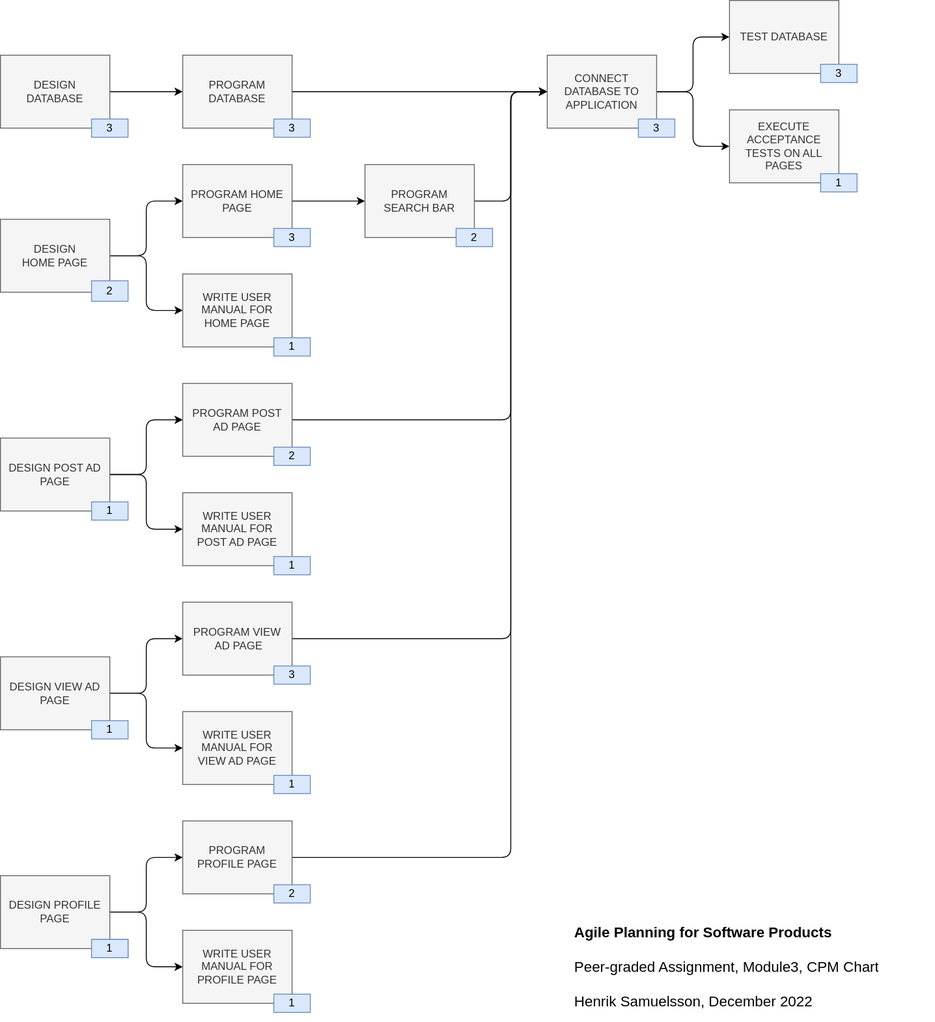
HenrikSamuelsson/course-introduction-to-software-product-management keeps this draw.io diagram as assignment-work-breakdownn-structure.svg. Above is the earlier version. Source tidied: cells renumbered, new cells last; positions are measured from the earlier drawing's top-left corner, leaving out a move shared by most shapes.
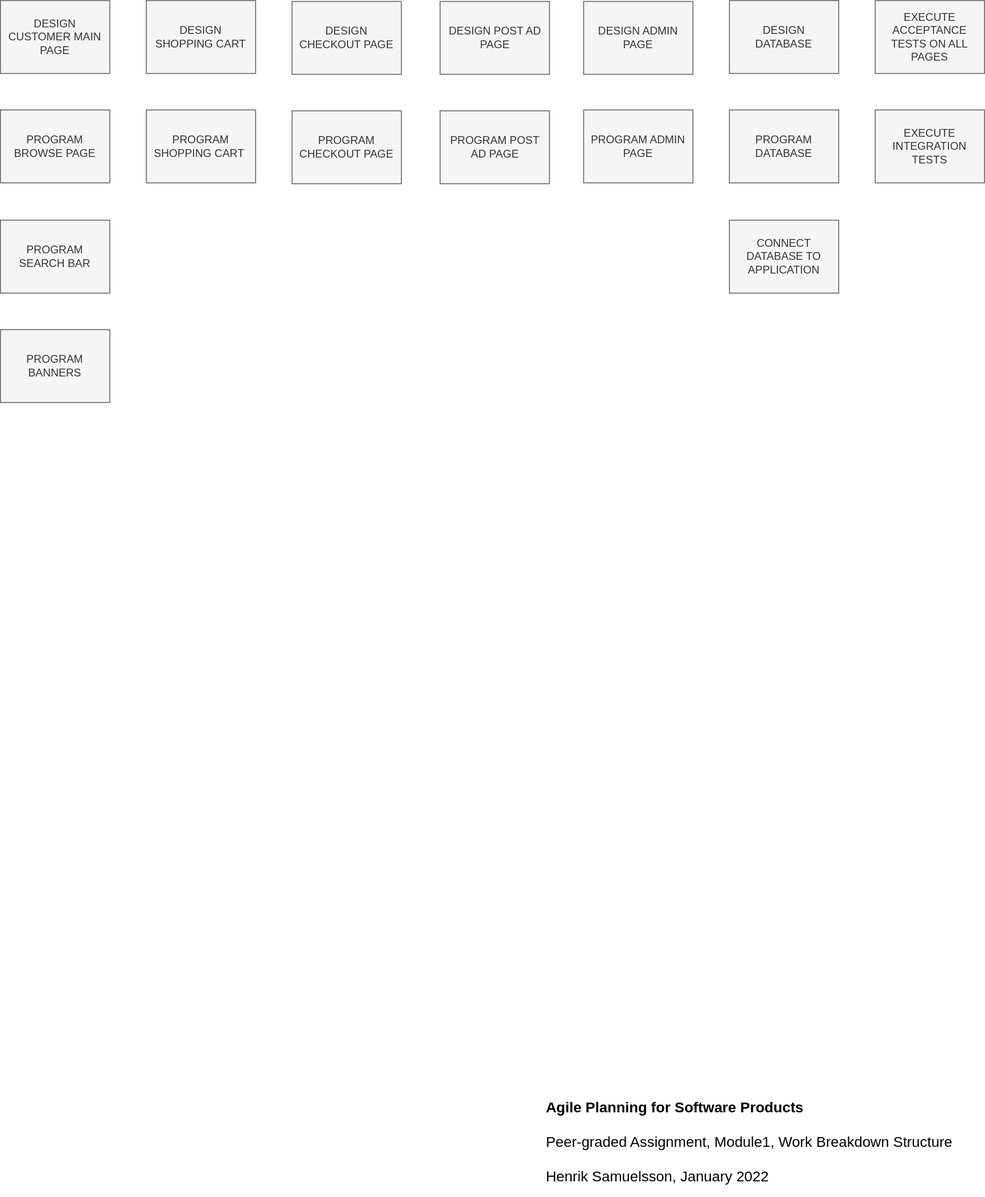
The same diagram one commit later.

Commit message:
Add tasks that need to be done.

Change to the diagram source:
```diff
@@ -2,187 +2,59 @@
   <root>
     <mxCell id="0" />
     <mxCell id="1" parent="0" />
-    <mxCell id="2" style="endArrow=classic;html=1;rounded=0;endSize=6;exitX=1;exitY=0.5;exitDx=0;exitDy=0;entryX=0;entryY=0.5;entryDx=0;entryDy=0;" parent="1" edge="1" source="21" target="19">
-      <mxGeometry relative="1" as="geometry" />
-    </mxCell>
-    <mxCell id="3" style="endArrow=classic;html=1;rounded=0;endSize=6;exitX=1;exitY=0.5;exitDx=0;exitDy=0;entryX=0;entryY=0.5;entryDx=0;entryDy=0;" parent="1" edge="1" source="19" target="15">
-      <mxGeometry relative="1" as="geometry" />
-    </mxCell>
-    <mxCell id="4" style="endArrow=classic;html=1;rounded=1;endSize=6;exitX=1;exitY=0.5;exitDx=0;exitDy=0;entryX=0;entryY=0.5;entryDx=0;entryDy=0;edgeStyle=orthogonalEdgeStyle;elbow=vertical;" parent="1" edge="1" source="23" target="25">
-      <mxGeometry relative="1" as="geometry" />
-    </mxCell>
-    <mxCell id="5" style="endArrow=classic;html=1;rounded=1;endSize=6;exitX=1;exitY=0.5;exitDx=0;exitDy=0;edgeStyle=orthogonalEdgeStyle;elbow=vertical;entryX=0;entryY=0.5;entryDx=0;entryDy=0;" parent="1" edge="1" source="23" target="29">
-      <mxGeometry relative="1" as="geometry">
-        <Array as="points">
-          <mxPoint x="160" y="280" />
-          <mxPoint x="160" y="340" />
-        </Array>
-      </mxGeometry>
-    </mxCell>
-    <mxCell id="6" style="endArrow=classic;html=1;rounded=1;endSize=6;exitX=1;exitY=0.5;exitDx=0;exitDy=0;entryX=0;entryY=0.5;entryDx=0;entryDy=0;edgeStyle=elbowEdgeStyle;" parent="1" edge="1" source="27" target="15">
-      <mxGeometry relative="1" as="geometry" />
-    </mxCell>
-    <mxCell id="7" style="endArrow=classic;html=1;rounded=1;endSize=6;exitX=1;exitY=0.5;exitDx=0;exitDy=0;entryX=0;entryY=0.5;entryDx=0;entryDy=0;edgeStyle=elbowEdgeStyle;" parent="1" edge="1" source="33" target="15">
-      <mxGeometry relative="1" as="geometry">
-        <Array as="points">
-          <mxPoint x="560" y="280" />
-        </Array>
-      </mxGeometry>
-    </mxCell>
-    <mxCell id="8" style="endArrow=classic;html=1;rounded=1;exitX=1;exitY=0.5;exitDx=0;exitDy=0;edgeStyle=elbowEdgeStyle;entryX=0;entryY=0.5;entryDx=0;entryDy=0;" parent="1" edge="1" source="15" target="37">
-      <mxGeometry relative="1" as="geometry" />
-    </mxCell>
-    <mxCell id="9" style="endArrow=classic;html=1;rounded=1;exitX=1;exitY=0.5;exitDx=0;exitDy=0;entryX=0;entryY=0.5;entryDx=0;entryDy=0;edgeStyle=elbowEdgeStyle;" parent="1" edge="1" source="43" target="15">
-      <mxGeometry relative="1" as="geometry">
-        <Array as="points">
-          <mxPoint x="560" y="400" />
-        </Array>
-      </mxGeometry>
-    </mxCell>
-    <mxCell id="10" style="endArrow=classic;html=1;rounded=1;endSize=6;exitX=1;exitY=0.5;exitDx=0;exitDy=0;entryX=0;entryY=0.5;entryDx=0;entryDy=0;edgeStyle=elbowEdgeStyle;" parent="1" edge="1" source="15" target="17">
-      <mxGeometry relative="1" as="geometry" />
-    </mxCell>
-    <mxCell id="11" style="endArrow=classic;html=1;rounded=1;exitX=1;exitY=0.5;exitDx=0;exitDy=0;entryX=0;entryY=0.5;entryDx=0;entryDy=0;edgeStyle=elbowEdgeStyle;" parent="1" edge="1" source="52" target="15">
-      <mxGeometry relative="1" as="geometry">
-        <Array as="points">
-          <mxPoint x="560" y="520" />
-        </Array>
-      </mxGeometry>
-    </mxCell>
-    <mxCell id="12" style="endArrow=classic;html=1;rounded=0;exitX=1;exitY=0.5;exitDx=0;exitDy=0;entryX=0;entryY=0.5;entryDx=0;entryDy=0;endSize=6;" parent="1" edge="1" source="25" target="27">
-      <mxGeometry relative="1" as="geometry" />
-    </mxCell>
-    <mxCell id="13" style="endArrow=classic;html=1;rounded=1;endSize=6;exitX=1;exitY=0.5;exitDx=0;exitDy=0;entryX=0;entryY=0.5;entryDx=0;entryDy=0;edgeStyle=orthogonalEdgeStyle;elbow=vertical;" parent="1" edge="1" source="31" target="33">
-      <mxGeometry relative="1" as="geometry" />
-    </mxCell>
-    <mxCell id="14" style="endArrow=classic;html=1;rounded=1;endSize=6;entryX=0;entryY=0.5;entryDx=0;entryDy=0;exitX=1;exitY=0.5;exitDx=0;exitDy=0;edgeStyle=orthogonalEdgeStyle;elbow=vertical;" parent="1" edge="1" source="31" target="35">
-      <mxGeometry relative="1" as="geometry" />
-    </mxCell>
     <mxCell id="15" value="CONNECT DATABASE TO APPLICATION" style="rounded=0;whiteSpace=wrap;html=1;spacing=5;fillColor=#f5f5f5;strokeColor=#666666;fontColor=#333333;" parent="1" vertex="1">
-      <mxGeometry x="600" y="60" width="120" height="80" as="geometry" />
+      <mxGeometry x="755" y="49" width="120" height="80" as="geometry" />
     </mxCell>
-    <mxCell id="16" value="3" style="rounded=0;whiteSpace=wrap;html=1;fillColor=#dae8fc;strokeColor=#6c8ebf;" parent="1" vertex="1">
-      <mxGeometry x="700" y="130" width="40" height="20" as="geometry" />
-    </mxCell>
-    <mxCell id="17" value="TEST DATABASE" style="rounded=0;whiteSpace=wrap;html=1;spacing=5;fillColor=#f5f5f5;strokeColor=#666666;fontColor=#333333;" parent="1" vertex="1">
-      <mxGeometry x="800" width="120" height="80" as="geometry" />
-    </mxCell>
-    <mxCell id="18" value="3" style="rounded=0;whiteSpace=wrap;html=1;fillColor=#dae8fc;strokeColor=#6c8ebf;fontColor=#000000;" parent="1" vertex="1">
-      <mxGeometry x="900" y="70" width="40" height="20" as="geometry" />
-    </mxCell>
     <mxCell id="19" value="PROGRAM DATABASE" style="rounded=0;whiteSpace=wrap;html=1;spacing=5;fillColor=#f5f5f5;strokeColor=#666666;fontColor=#333333;" parent="1" vertex="1">
-      <mxGeometry x="200" y="60" width="120" height="80" as="geometry" />
+      <mxGeometry x="755" y="-72" width="120" height="80" as="geometry" />
     </mxCell>
-    <mxCell id="20" value="3" style="rounded=0;whiteSpace=wrap;html=1;fillColor=#dae8fc;strokeColor=#6c8ebf;" parent="1" vertex="1">
-      <mxGeometry x="300" y="130" width="40" height="20" as="geometry" />
-    </mxCell>
     <mxCell id="21" value="DESIGN&lt;br&gt;DATABASE" style="rounded=0;whiteSpace=wrap;html=1;spacing=5;fillColor=#f5f5f5;strokeColor=#666666;fontColor=#333333;" parent="1" vertex="1">
-      <mxGeometry y="60" width="120" height="80" as="geometry" />
+      <mxGeometry x="755" y="-192" width="120" height="80" as="geometry" />
     </mxCell>
-    <mxCell id="22" value="3" style="rounded=0;whiteSpace=wrap;html=1;fillColor=#dae8fc;strokeColor=#6c8ebf;" parent="1" vertex="1">
-      <mxGeometry x="100" y="130" width="40" height="20" as="geometry" />
-    </mxCell>
-    <mxCell id="23" value="DESIGN&lt;br&gt;HOME PAGE" style="rounded=0;whiteSpace=wrap;html=1;spacing=5;fillColor=#f5f5f5;strokeColor=#666666;fontColor=#333333;" parent="1" vertex="1">
-      <mxGeometry y="240" width="120" height="80" as="geometry" />
+    <mxCell id="23" value="DESIGN CUSTOMER MAIN PAGE" style="rounded=0;whiteSpace=wrap;html=1;spacing=5;fillColor=#f5f5f5;strokeColor=#666666;fontColor=#333333;" parent="1" vertex="1">
+      <mxGeometry x="-45" y="-192" width="120" height="80" as="geometry" />
     </mxCell>
-    <mxCell id="24" value="2" style="rounded=0;whiteSpace=wrap;html=1;fillColor=#dae8fc;strokeColor=#6c8ebf;fontColor=#000000;" parent="1" vertex="1">
-      <mxGeometry x="100" y="307.5" width="40" height="22.5" as="geometry" />
-    </mxCell>
-    <mxCell id="25" value="PROGRAM HOME PAGE" style="rounded=0;whiteSpace=wrap;html=1;spacing=5;fillColor=#f5f5f5;strokeColor=#666666;fontColor=#333333;" parent="1" vertex="1">
-      <mxGeometry x="200" y="180" width="120" height="80" as="geometry" />
+    <mxCell id="25" value="PROGRAM BROWSE PAGE" style="rounded=0;whiteSpace=wrap;html=1;spacing=5;fillColor=#f5f5f5;strokeColor=#666666;fontColor=#333333;" parent="1" vertex="1">
+      <mxGeometry x="-45" y="-72" width="120" height="80" as="geometry" />
     </mxCell>
-    <mxCell id="26" value="3" style="rounded=0;whiteSpace=wrap;html=1;fillColor=#dae8fc;strokeColor=#6c8ebf;fontColor=#000000;" parent="1" vertex="1">
-      <mxGeometry x="300" y="250" width="40" height="20" as="geometry" />
-    </mxCell>
     <mxCell id="27" value="PROGRAM SEARCH BAR" style="rounded=0;whiteSpace=wrap;html=1;spacing=5;fillColor=#f5f5f5;strokeColor=#666666;fontColor=#333333;" parent="1" vertex="1">
-      <mxGeometry x="400" y="180" width="120" height="80" as="geometry" />
+      <mxGeometry x="-45" y="49" width="120" height="80" as="geometry" />
     </mxCell>
-    <mxCell id="28" value="2" style="rounded=0;whiteSpace=wrap;html=1;fillColor=#dae8fc;strokeColor=#6c8ebf;fontColor=#000000;" parent="1" vertex="1">
-      <mxGeometry x="500" y="250" width="40" height="20" as="geometry" />
-    </mxCell>
-    <mxCell id="29" value="WRITE USER MANUAL FOR HOME PAGE" style="rounded=0;whiteSpace=wrap;html=1;spacing=5;fillColor=#f5f5f5;strokeColor=#666666;fontColor=#333333;" parent="1" vertex="1">
-      <mxGeometry x="200" y="300" width="120" height="80" as="geometry" />
+    <mxCell id="29" value="PROGRAM&lt;br&gt;SHOPPING CART&amp;nbsp;" style="rounded=0;whiteSpace=wrap;html=1;spacing=5;fillColor=#f5f5f5;strokeColor=#666666;fontColor=#333333;" parent="1" vertex="1">
+      <mxGeometry x="115" y="-72" width="120" height="80" as="geometry" />
     </mxCell>
-    <mxCell id="30" value="1" style="rounded=0;whiteSpace=wrap;html=1;fillColor=#dae8fc;strokeColor=#6c8ebf;fontColor=#000000;" parent="1" vertex="1">
-      <mxGeometry x="300" y="370" width="40" height="20" as="geometry" />
-    </mxCell>
     <mxCell id="31" value="DESIGN POST AD PAGE" style="rounded=0;whiteSpace=wrap;html=1;spacing=5;fillColor=#f5f5f5;strokeColor=#666666;fontColor=#333333;" parent="1" vertex="1">
-      <mxGeometry y="480" width="120" height="80" as="geometry" />
+      <mxGeometry x="437.5" y="-191" width="120" height="80" as="geometry" />
     </mxCell>
-    <mxCell id="32" value="1" style="rounded=0;whiteSpace=wrap;html=1;fillColor=#dae8fc;strokeColor=#6c8ebf;fontColor=#000000;" parent="1" vertex="1">
-      <mxGeometry x="100" y="550" width="40" height="20" as="geometry" />
-    </mxCell>
-    <mxCell id="33" value="PROGRAM POST AD PAGE" style="rounded=0;whiteSpace=wrap;html=1;spacing=5;fillColor=#f5f5f5;strokeColor=#666666;fontColor=#333333;" parent="1" vertex="1">
-      <mxGeometry x="200" y="420" width="120" height="80" as="geometry" />
+    <mxCell id="33" value="DESIGN&lt;br&gt;SHOPPING CART" style="rounded=0;whiteSpace=wrap;html=1;spacing=5;fillColor=#f5f5f5;strokeColor=#666666;fontColor=#333333;" parent="1" vertex="1">
+      <mxGeometry x="115" y="-192" width="120" height="80" as="geometry" />
     </mxCell>
-    <mxCell id="34" value="2" style="rounded=0;whiteSpace=wrap;html=1;fillColor=#dae8fc;strokeColor=#6c8ebf;" parent="1" vertex="1">
-      <mxGeometry x="300" y="490" width="40" height="20" as="geometry" />
-    </mxCell>
-    <mxCell id="35" value="WRITE USER MANUAL FOR POST AD PAGE" style="rounded=0;whiteSpace=wrap;html=1;spacing=5;fillColor=#f5f5f5;strokeColor=#666666;fontColor=#333333;" parent="1" vertex="1">
-      <mxGeometry x="200" y="540" width="120" height="80" as="geometry" />
+    <mxCell id="35" value="PROGRAM POST AD PAGE" style="rounded=0;whiteSpace=wrap;html=1;spacing=5;fillColor=#f5f5f5;strokeColor=#666666;fontColor=#333333;" parent="1" vertex="1">
+      <mxGeometry x="437.5" y="-71" width="120" height="80" as="geometry" />
     </mxCell>
-    <mxCell id="36" value="1" style="rounded=0;whiteSpace=wrap;html=1;fillColor=#dae8fc;strokeColor=#6c8ebf;fontColor=#000000;" parent="1" vertex="1">
-      <mxGeometry x="300" y="610" width="40" height="20" as="geometry" />
-    </mxCell>
     <mxCell id="37" value="EXECUTE ACCEPTANCE TESTS ON ALL PAGES" style="rounded=0;whiteSpace=wrap;html=1;spacing=5;fillColor=#f5f5f5;strokeColor=#666666;fontColor=#333333;" parent="1" vertex="1">
-      <mxGeometry x="800" y="120" width="120" height="80" as="geometry" />
+      <mxGeometry x="915" y="-192" width="120" height="80" as="geometry" />
     </mxCell>
-    <mxCell id="38" value="1" style="rounded=0;whiteSpace=wrap;html=1;fillColor=#dae8fc;strokeColor=#6c8ebf;fontColor=#000000;" parent="1" vertex="1">
-      <mxGeometry x="900" y="190" width="40" height="20" as="geometry" />
-    </mxCell>
-    <mxCell id="39" style="endArrow=classic;html=1;rounded=1;exitX=1;exitY=0.5;exitDx=0;exitDy=0;entryX=0;entryY=0.5;entryDx=0;entryDy=0;edgeStyle=orthogonalEdgeStyle;elbow=vertical;" parent="1" edge="1" source="41" target="43">
-      <mxGeometry relative="1" as="geometry" />
-    </mxCell>
-    <mxCell id="40" style="endArrow=classic;html=1;rounded=1;entryX=0;entryY=0.5;entryDx=0;entryDy=0;exitX=1;exitY=0.5;exitDx=0;exitDy=0;edgeStyle=orthogonalEdgeStyle;elbow=vertical;" parent="1" edge="1" source="41" target="45">
-      <mxGeometry relative="1" as="geometry" />
-    </mxCell>
-    <mxCell id="41" value="DESIGN VIEW AD PAGE" style="rounded=0;whiteSpace=wrap;html=1;spacing=5;fillColor=#f5f5f5;strokeColor=#666666;fontColor=#333333;" parent="1" vertex="1">
-      <mxGeometry y="720" width="120" height="80" as="geometry" />
+    <mxCell id="41" value="PROGRAM CHECKOUT PAGE" style="rounded=0;whiteSpace=wrap;html=1;spacing=5;fillColor=#f5f5f5;strokeColor=#666666;fontColor=#333333;" parent="1" vertex="1">
+      <mxGeometry x="275" y="-71" width="120" height="80" as="geometry" />
     </mxCell>
-    <mxCell id="42" value="1" style="rounded=0;whiteSpace=wrap;html=1;fillColor=#dae8fc;strokeColor=#6c8ebf;fontColor=#000000;" parent="1" vertex="1">
-      <mxGeometry x="100" y="790" width="40" height="20" as="geometry" />
-    </mxCell>
-    <mxCell id="43" value="PROGRAM VIEW&lt;br&gt;&amp;nbsp;AD PAGE" style="rounded=0;whiteSpace=wrap;html=1;spacing=5;fillColor=#f5f5f5;strokeColor=#666666;fontColor=#333333;" parent="1" vertex="1">
-      <mxGeometry x="200" y="660" width="120" height="80" as="geometry" />
+    <mxCell id="43" value="DESIGN CHECKOUT PAGE" style="rounded=0;whiteSpace=wrap;html=1;spacing=5;fillColor=#f5f5f5;strokeColor=#666666;fontColor=#333333;" parent="1" vertex="1">
+      <mxGeometry x="275" y="-191" width="120" height="80" as="geometry" />
     </mxCell>
-    <mxCell id="44" value="3" style="rounded=0;whiteSpace=wrap;html=1;fillColor=#dae8fc;strokeColor=#6c8ebf;" parent="1" vertex="1">
-      <mxGeometry x="300" y="730" width="40" height="20" as="geometry" />
-    </mxCell>
-    <mxCell id="45" value="WRITE USER MANUAL FOR VIEW AD PAGE" style="rounded=0;whiteSpace=wrap;html=1;spacing=5;fillColor=#f5f5f5;strokeColor=#666666;fontColor=#333333;" parent="1" vertex="1">
-      <mxGeometry x="200" y="780" width="120" height="80" as="geometry" />
-    </mxCell>
-    <mxCell id="46" value="1" style="rounded=0;whiteSpace=wrap;html=1;fillColor=#dae8fc;strokeColor=#6c8ebf;fontColor=#000000;" parent="1" vertex="1">
-      <mxGeometry x="300" y="850" width="40" height="20" as="geometry" />
-    </mxCell>
-    <mxCell id="47" style="endArrow=classic;html=1;rounded=1;elbow=vertical;exitX=1;exitY=0.5;exitDx=0;exitDy=0;entryX=0;entryY=0.5;entryDx=0;entryDy=0;edgeStyle=orthogonalEdgeStyle;" parent="1" edge="1" source="49" target="52">
-      <mxGeometry relative="1" as="geometry" />
-    </mxCell>
-    <mxCell id="48" style="endArrow=classic;html=1;rounded=1;elbow=vertical;exitX=1;exitY=0.5;exitDx=0;exitDy=0;entryX=0;entryY=0.5;entryDx=0;entryDy=0;edgeStyle=orthogonalEdgeStyle;" parent="1" edge="1" source="49" target="54">
-      <mxGeometry relative="1" as="geometry" />
-    </mxCell>
-    <mxCell id="49" value="DESIGN PROFILE PAGE" style="rounded=0;whiteSpace=wrap;html=1;spacing=5;fillColor=#f5f5f5;strokeColor=#666666;fontColor=#333333;" parent="1" vertex="1">
-      <mxGeometry y="960" width="120" height="80" as="geometry" />
-    </mxCell>
-    <mxCell id="50" value="3" style="rounded=0;whiteSpace=wrap;html=1;fillColor=#dae8fc;strokeColor=#6c8ebf;" parent="1" vertex="1">
-      <mxGeometry x="100" y="1030" width="40" height="20" as="geometry" />
-    </mxCell>
-    <mxCell id="51" value="1" style="rounded=0;whiteSpace=wrap;html=1;fillColor=#dae8fc;strokeColor=#6c8ebf;fontColor=#000000;" parent="1" vertex="1">
-      <mxGeometry x="100" y="1030" width="40" height="20" as="geometry" />
-    </mxCell>
-    <mxCell id="52" value="PROGRAM PROFILE PAGE" style="rounded=0;whiteSpace=wrap;html=1;spacing=5;fillColor=#f5f5f5;strokeColor=#666666;fontColor=#333333;" parent="1" vertex="1">
-      <mxGeometry x="200" y="900" width="120" height="80" as="geometry" />
+    <mxCell id="52" value="PROGRAM BANNERS" style="rounded=0;whiteSpace=wrap;html=1;spacing=5;fillColor=#f5f5f5;strokeColor=#666666;fontColor=#333333;" parent="1" vertex="1">
+      <mxGeometry x="-45" y="169" width="120" height="80" as="geometry" />
     </mxCell>
-    <mxCell id="53" value="2" style="rounded=0;whiteSpace=wrap;html=1;fillColor=#dae8fc;strokeColor=#6c8ebf;fontColor=#000000;" parent="1" vertex="1">
-      <mxGeometry x="300" y="970" width="40" height="20" as="geometry" />
-    </mxCell>
-    <mxCell id="54" value="WRITE USER MANUAL FOR PROFILE PAGE" style="rounded=0;whiteSpace=wrap;html=1;spacing=5;fillColor=#f5f5f5;strokeColor=#666666;fontColor=#333333;" parent="1" vertex="1">
-      <mxGeometry x="200" y="1020" width="120" height="80" as="geometry" />
-    </mxCell>
-    <mxCell id="55" value="1" style="rounded=0;whiteSpace=wrap;html=1;fillColor=#dae8fc;strokeColor=#6c8ebf;fontColor=#000000;" parent="1" vertex="1">
-      <mxGeometry x="300" y="1090" width="40" height="20" as="geometry" />
-    </mxCell>
-    <mxCell id="56" value="&lt;h1&gt;&lt;font style=&quot;font-size: 16px;&quot;&gt;Agile Planning for Software Products&lt;/font&gt;&lt;/h1&gt;&lt;div&gt;&lt;font style=&quot;font-size: 16px;&quot;&gt;Peer-graded Assignment, Module3, CPM Chart&lt;/font&gt;&lt;/div&gt;&lt;div&gt;&lt;font style=&quot;font-size: 16px;&quot;&gt;&lt;br&gt;&lt;/font&gt;&lt;/div&gt;&lt;div&gt;&lt;font style=&quot;font-size: 16px;&quot;&gt;Henrik Samuelsson, December 2022&lt;/font&gt;&lt;/div&gt;" style="text;html=1;strokeColor=none;fillColor=none;spacing=5;spacingTop=-20;whiteSpace=wrap;overflow=hidden;rounded=0;" parent="1" vertex="1">
-      <mxGeometry x="625" y="1000" width="400" height="120" as="geometry" />
+    <mxCell id="56" value="&lt;h1&gt;&lt;font style=&quot;font-size: 16px;&quot;&gt;Agile Planning for Software Products&lt;/font&gt;&lt;/h1&gt;&lt;div&gt;&lt;font style=&quot;font-size: 16px;&quot;&gt;Peer-graded Assignment, Module1, Work Breakdown Structure&lt;/font&gt;&lt;/div&gt;&lt;div&gt;&lt;font style=&quot;font-size: 16px;&quot;&gt;&lt;br&gt;&lt;/font&gt;&lt;/div&gt;&lt;div&gt;&lt;font style=&quot;font-size: 16px;&quot;&gt;Henrik Samuelsson, January 2022&lt;/font&gt;&lt;/div&gt;" style="text;html=1;strokeColor=none;fillColor=none;spacing=5;spacingTop=-20;whiteSpace=wrap;overflow=hidden;rounded=0;" parent="1" vertex="1">
+      <mxGeometry x="549" y="1000" width="476" height="120" as="geometry" />
     </mxCell>
+    <mxCell id="57" value="EXECUTE INTEGRATION TESTS" style="rounded=0;whiteSpace=wrap;html=1;spacing=5;fillColor=#f5f5f5;strokeColor=#666666;fontColor=#333333;" parent="1" vertex="1">
+      <mxGeometry x="915" y="-72" width="120" height="80" as="geometry" />
+    </mxCell>
+    <mxCell id="58" value="DESIGN ADMIN PAGE" style="rounded=0;whiteSpace=wrap;html=1;spacing=5;fillColor=#f5f5f5;strokeColor=#666666;fontColor=#333333;" parent="1" vertex="1">
+      <mxGeometry x="595" y="-191" width="120" height="80" as="geometry" />
+    </mxCell>
+    <mxCell id="59" value="PROGRAM ADMIN PAGE" style="rounded=0;whiteSpace=wrap;html=1;spacing=5;fillColor=#f5f5f5;strokeColor=#666666;fontColor=#333333;" parent="1" vertex="1">
+      <mxGeometry x="595" y="-72" width="120" height="80" as="geometry" />
+    </mxCell>
   </root>
 </mxGraphModel>
```
